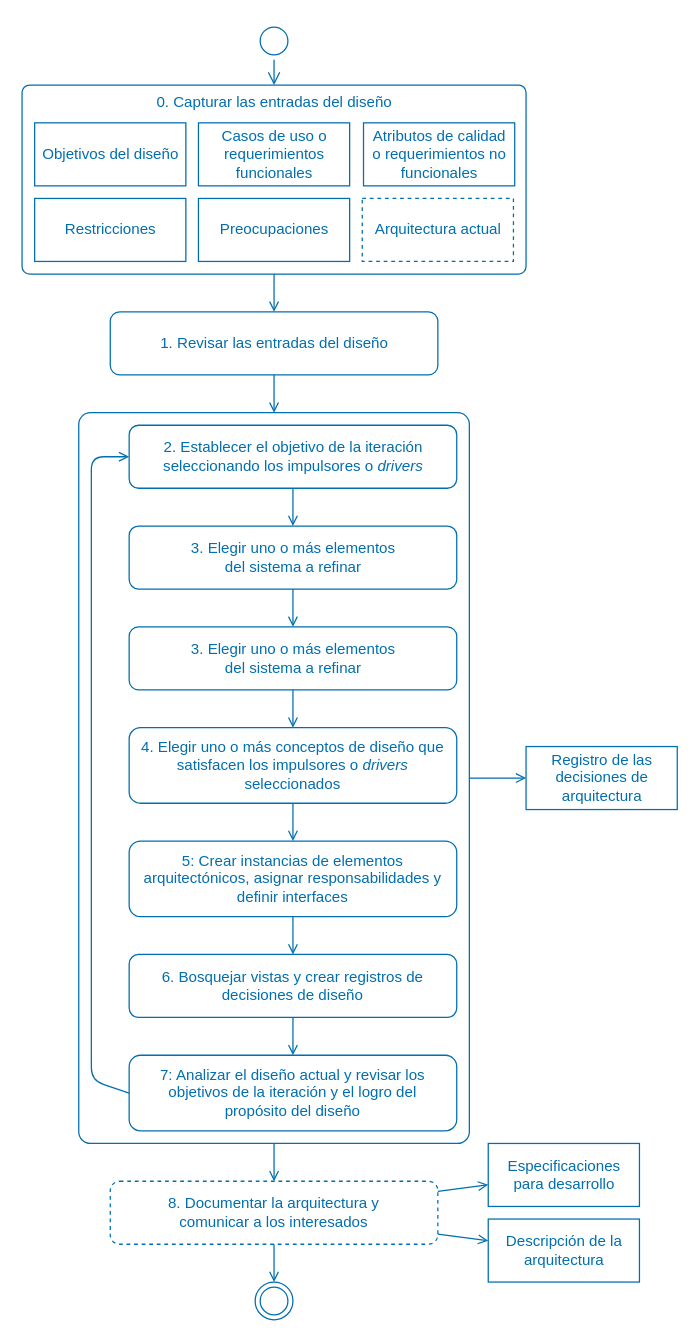
The draw.io diagram diagrams/ADD.drawio in ucudal/ANDIS_Conceptos, before the edit. Source tidied: cells renumbered, new cells numbered last; positions are measured from the earlier drawing's top-left corner, leaving out a move shared by most shapes. Both pictures are drawn from the tidied source at 126%, with x=0, y=0 at pixel (21, 21).
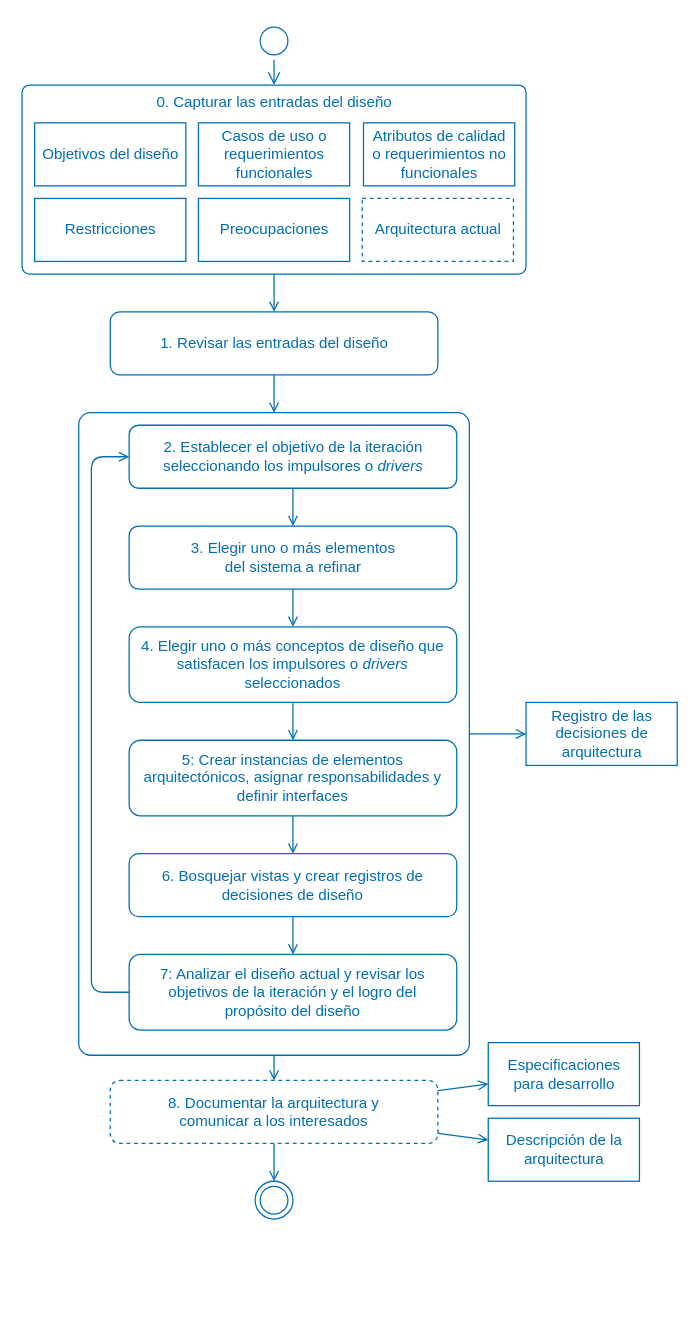
The same diagram, later.

Commit message (it also covers changes not shown here):
Fixed duplicated step in ADD diagram

The change refers to these unchanged cells:
```xml
<mxCell id="14" value="2. Establecer el objetivo de la iteración&lt;br&gt;seleccionando los impulsores o &lt;i&gt;drivers&lt;/i&gt;" style="html=1;dashed=0;whitespace=wrap;rounded=1;strokeColor=#006EAF;fillColor=none;fontColor=#006EAF;" parent="1" vertex="1">
  <mxGeometry x="85" y="320" width="260" height="50" as="geometry" />
</mxCell>
<mxCell id="15" value="3. Elegir uno o más elementos&lt;br&gt;del sistema a refinar" style="html=1;dashed=0;whitespace=wrap;rounded=1;strokeColor=#006EAF;fillColor=none;fontColor=#006EAF;" parent="1" vertex="1">
  <mxGeometry x="85" y="400" width="260" height="50" as="geometry" />
</mxCell>
```

Diff of the diagram source:
```diff
@@
     <mxCell id="2" style="whiteSpace=wrap;html=1;fillColor=none;strokeColor=#006EAF;dashed=0;rounded=1;fontColor=#006EAF;arcSize=3;" parent="1" vertex="1">
-      <mxGeometry x="45" y="310" width="310" height="580" as="geometry" />
+      <mxGeometry x="45" y="310" width="310" height="510" as="geometry" />
     </mxCell>
     <mxCell id="3" style="ellipse;html=1;shape=endState;fillColor=none;strokeColor=#006EAF;fontColor=#006EAF;" parent="1" vertex="1">
-      <mxGeometry x="185" y="1000" width="30" height="30" as="geometry" />
+      <mxGeometry x="185" y="920" width="30" height="30" as="geometry" />
     </mxCell>
@@
-    <mxCell id="16" style="edgeStyle=none;html=1;endArrow=open;endFill=0;fillColor=#1ba1e2;strokeColor=#006EAF;fontColor=#006EAF;" parent="1" edge="1" source="17" target="19">
-      <mxGeometry relative="1" as="geometry" />
-    </mxCell>
-    <mxCell id="17" value="3. Elegir uno o más elementos&lt;br&gt;del sistema a refinar" style="html=1;dashed=0;whitespace=wrap;rounded=1;strokeColor=#006EAF;fillColor=none;fontColor=#006EAF;" parent="1" vertex="1">
-      <mxGeometry x="85" y="480" width="260" height="50" as="geometry" />
-    </mxCell>
@@
     <mxCell id="19" value="4. Elegir uno o más conceptos de diseño que satisfacen los impulsores o &lt;i&gt;drivers&lt;/i&gt; seleccionados" style="whiteSpace=wrap;html=1;fillColor=none;strokeColor=#006EAF;dashed=0;rounded=1;fontColor=#006EAF;" parent="1" vertex="1">
-      <mxGeometry x="85" y="560" width="260" height="60" as="geometry" />
+      <mxGeometry x="85" y="480" width="260" height="60" as="geometry" />
     </mxCell>
@@
     <mxCell id="21" value="5: Crear instancias de elementos arquitectónicos, asignar responsabilidades y definir interfaces" style="whiteSpace=wrap;html=1;fillColor=none;strokeColor=#006EAF;dashed=0;rounded=1;fontColor=#006EAF;" parent="1" vertex="1">
-      <mxGeometry x="85" y="650" width="260" height="60" as="geometry" />
+      <mxGeometry x="85" y="570" width="260" height="60" as="geometry" />
     </mxCell>
@@
     <mxCell id="23" value="6. Bosquejar vistas y crear registros de&lt;br&gt;decisiones de diseño" style="whiteSpace=wrap;html=1;fillColor=none;strokeColor=#006EAF;dashed=0;rounded=1;fontColor=#006EAF;" parent="1" vertex="1">
-      <mxGeometry x="85" y="740" width="260" height="50" as="geometry" />
+      <mxGeometry x="85" y="660" width="260" height="50" as="geometry" />
     </mxCell>
     <mxCell id="24" value="7: Analizar el diseño actual y revisar los objetivos&amp;nbsp;de la iteración y el logro del&lt;br&gt;propósito del diseño" style="whiteSpace=wrap;html=1;fillColor=none;strokeColor=#006EAF;dashed=0;rounded=1;fontColor=#006EAF;" parent="1" vertex="1">
-      <mxGeometry x="85" y="820" width="260" height="60" as="geometry" />
+      <mxGeometry x="85" y="740" width="260" height="60" as="geometry" />
     </mxCell>
-    <mxCell id="25" style="edgeStyle=none;html=1;endArrow=open;endFill=0;fillColor=#1ba1e2;strokeColor=#006EAF;fontColor=#006EAF;" parent="1" edge="1" source="15" target="17">
+    <mxCell id="25" style="edgeStyle=none;html=1;endArrow=open;endFill=0;fillColor=#1ba1e2;strokeColor=#006EAF;fontColor=#006EAF;exitX=0.5;exitY=1;exitDx=0;exitDy=0;entryX=0.5;entryY=0;entryDx=0;entryDy=0;" parent="1" edge="1" source="15" target="19">
       <mxGeometry relative="1" as="geometry" />
     </mxCell>
@@
     <mxCell id="29" style="edgeStyle=none;html=1;endArrow=open;endFill=0;fillColor=#1ba1e2;strokeColor=#006EAF;entryX=0;entryY=0.5;entryDx=0;entryDy=0;exitX=0;exitY=0.5;exitDx=0;exitDy=0;" parent="1" edge="1" source="24" target="14">
       <mxGeometry relative="1" as="geometry">
         <Array as="points">
-          <mxPoint x="55" y="840" />
+          <mxPoint x="55" y="770" />
           <mxPoint x="55" y="345" />
         </Array>
       </mxGeometry>
     </mxCell>
     <mxCell id="30" value="8. Documentar la arquitectura y&lt;br&gt;comunicar a los interesados" style="whiteSpace=wrap;html=1;fillColor=none;strokeColor=#006EAF;dashed=1;rounded=1;fontColor=#006EAF;" parent="1" vertex="1">
-      <mxGeometry x="70" y="920" width="260" height="50" as="geometry" />
+      <mxGeometry x="70" y="840" width="260" height="50" as="geometry" />
     </mxCell>
@@
     <mxCell id="33" value="Registro de las&lt;br&gt;decisiones de&lt;br&gt;arquitectura" style="html=1;fillColor=none;strokeColor=#006EAF;fontColor=#006EAF;" parent="1" vertex="1">
-      <mxGeometry x="400" y="575" width="120" height="50" as="geometry" />
+      <mxGeometry x="400" y="540" width="120" height="50" as="geometry" />
     </mxCell>
@@
     <mxCell id="35" value="Especificaciones&lt;br&gt;para desarrollo" style="html=1;fillColor=none;strokeColor=#006EAF;fontColor=#006EAF;" parent="1" vertex="1">
-      <mxGeometry x="370" y="890" width="120" height="50" as="geometry" />
+      <mxGeometry x="370" y="810" width="120" height="50" as="geometry" />
     </mxCell>
     <mxCell id="36" value="Descripción de la&lt;br&gt;arquitectura" style="html=1;fillColor=none;strokeColor=#006EAF;fontColor=#006EAF;" parent="1" vertex="1">
-      <mxGeometry x="370" y="950" width="120" height="50" as="geometry" />
+      <mxGeometry x="370" y="870" width="120" height="50" as="geometry" />
     </mxCell>
```
